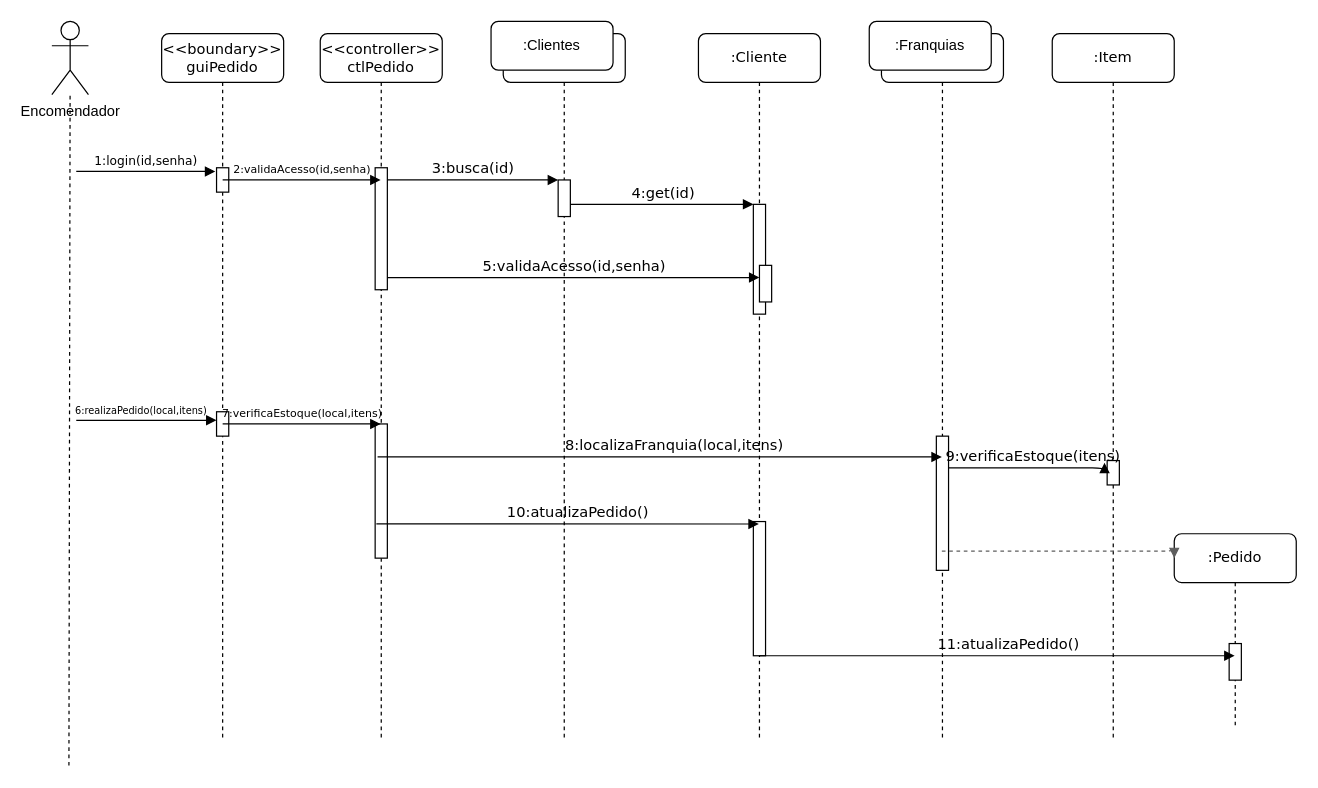
Before: Diagrama_de_sequencia_jin.drawio in uemajin/Projeto-Pizzaria, a draw.io diagram. Source tidied: cells renumbered, new cells numbered last; positions are measured from the earlier drawing's top-left corner, leaving out a move shared by most shapes. Both pictures are drawn from the tidied source at 122%, with x=0, y=0 at pixel (51, 21).
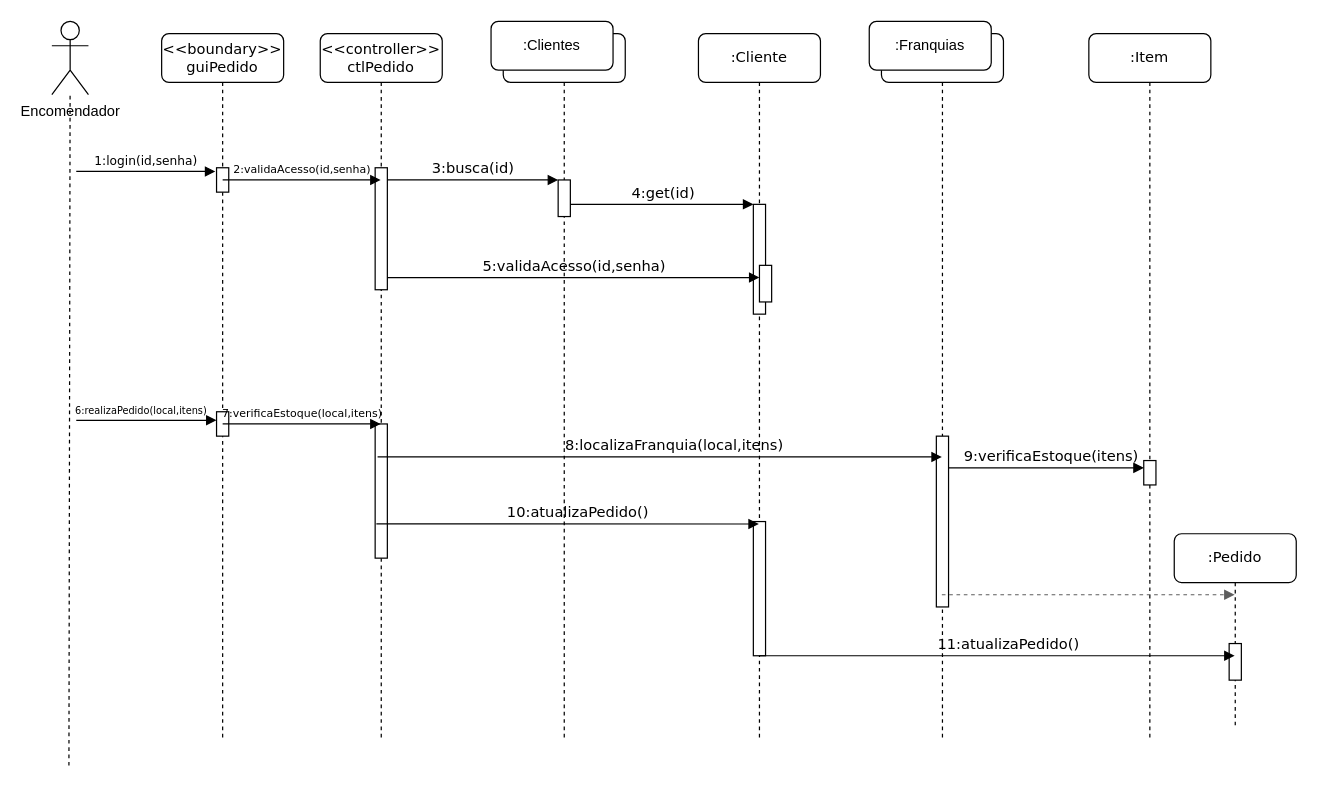
The same page after the edit.

The change refers to these unchanged cells:
```xml
<mxCell id="12" style="shape=umlLifeline;perimeter=lifelinePerimeter;whiteSpace=wrap;html=1;outlineConnect=0;rounded=1;shadow=0;comic=0;labelBackgroundColor=none;strokeWidth=1;fontFamily=Verdana;fontSize=12;align=center;" parent="1" vertex="1">
  <mxGeometry x="680" y="10" width="100" height="580" as="geometry" />
</mxCell>
<mxCell id="16" style="html=1;points=[];perimeter=orthogonalPerimeter;rounded=0;shadow=0;comic=0;labelBackgroundColor=none;strokeWidth=1;fontFamily=Verdana;fontSize=12;align=center;" parent="15" vertex="1">
  <mxGeometry x="45" y="350" width="10" height="20" as="geometry" />
</mxCell>
<mxCell id="17" value=":Pedido" style="shape=umlLifeline;perimeter=lifelinePerimeter;whiteSpace=wrap;html=1;outlineConnect=0;rounded=1;shadow=0;comic=0;labelBackgroundColor=none;strokeWidth=1;fontFamily=Verdana;fontSize=12;align=center;" parent="1" vertex="1">
  <mxGeometry x="920" y="420" width="100" height="160" as="geometry" />
</mxCell>
```

Change to the diagram source:
```diff
@@
     <mxCell id="14" style="html=1;points=[];perimeter=orthogonalPerimeter;rounded=0;shadow=0;comic=0;labelBackgroundColor=none;strokeWidth=1;fontFamily=Verdana;fontSize=12;align=center;" parent="12" vertex="1">
-      <mxGeometry x="45" y="330" width="10" height="110" as="geometry" />
+      <mxGeometry x="45" y="330" width="10" height="140" as="geometry" />
     </mxCell>
     <mxCell id="15" value=":Item" style="shape=umlLifeline;perimeter=lifelinePerimeter;whiteSpace=wrap;html=1;rounded=1;shadow=0;comic=0;labelBackgroundColor=none;strokeWidth=1;fontFamily=Verdana;fontSize=12;align=center;" parent="1" vertex="1">
-      <mxGeometry x="820" y="10" width="100" height="580" as="geometry" />
+      <mxGeometry x="850" y="10" width="100" height="580" as="geometry" />
     </mxCell>
@@
-    <mxCell id="31" value="&lt;font style=&quot;font-size: 12px&quot;&gt;9:verificaEstoque(itens)&lt;/font&gt;" style="html=1;verticalAlign=bottom;endArrow=block;labelBackgroundColor=none;fontFamily=Verdana;fontSize=12;edgeStyle=elbowEdgeStyle;elbow=vertical;entryX=-0.212;entryY=0.092;entryDx=0;entryDy=0;entryPerimeter=0;" parent="1" edge="1" source="14" target="16">
+    <mxCell id="31" value="&lt;font style=&quot;font-size: 12px&quot;&gt;9:verificaEstoque(itens)&lt;/font&gt;" style="html=1;verticalAlign=bottom;endArrow=block;labelBackgroundColor=none;fontFamily=Verdana;fontSize=12;edgeStyle=elbowEdgeStyle;elbow=vertical;" parent="1" edge="1" source="14" target="16">
       <mxGeometry x="0.05" relative="1" as="geometry">
         <Array as="points">
           <mxPoint x="770" y="366" />
           <mxPoint x="450" y="430" />
         </Array>
       </mxGeometry>
     </mxCell>
@@
-    <mxCell id="34" style="html=1;verticalAlign=bottom;endArrow=block;labelBackgroundColor=none;fontFamily=Verdana;fontSize=12;edgeStyle=elbowEdgeStyle;elbow=vertical;dashed=1;strokeColor=#5E5E5E;entryX=0;entryY=0.125;entryDx=0;entryDy=0;entryPerimeter=0;" parent="1" edge="1" source="12" target="17">
+    <mxCell id="34" style="html=1;verticalAlign=bottom;endArrow=block;labelBackgroundColor=none;fontFamily=Verdana;fontSize=12;edgeStyle=elbowEdgeStyle;elbow=vertical;dashed=1;strokeColor=#5E5E5E;" parent="1" edge="1" source="12" target="17">
       <mxGeometry x="0.05" relative="1" as="geometry">
         <Array as="points">
-          <mxPoint x="785" y="434.2" />
+          <mxPoint x="850" y="470" />
+          <mxPoint x="970" y="410" />
           <mxPoint x="465" y="498.2" />
         </Array>
       </mxGeometry>
     </mxCell>
```
